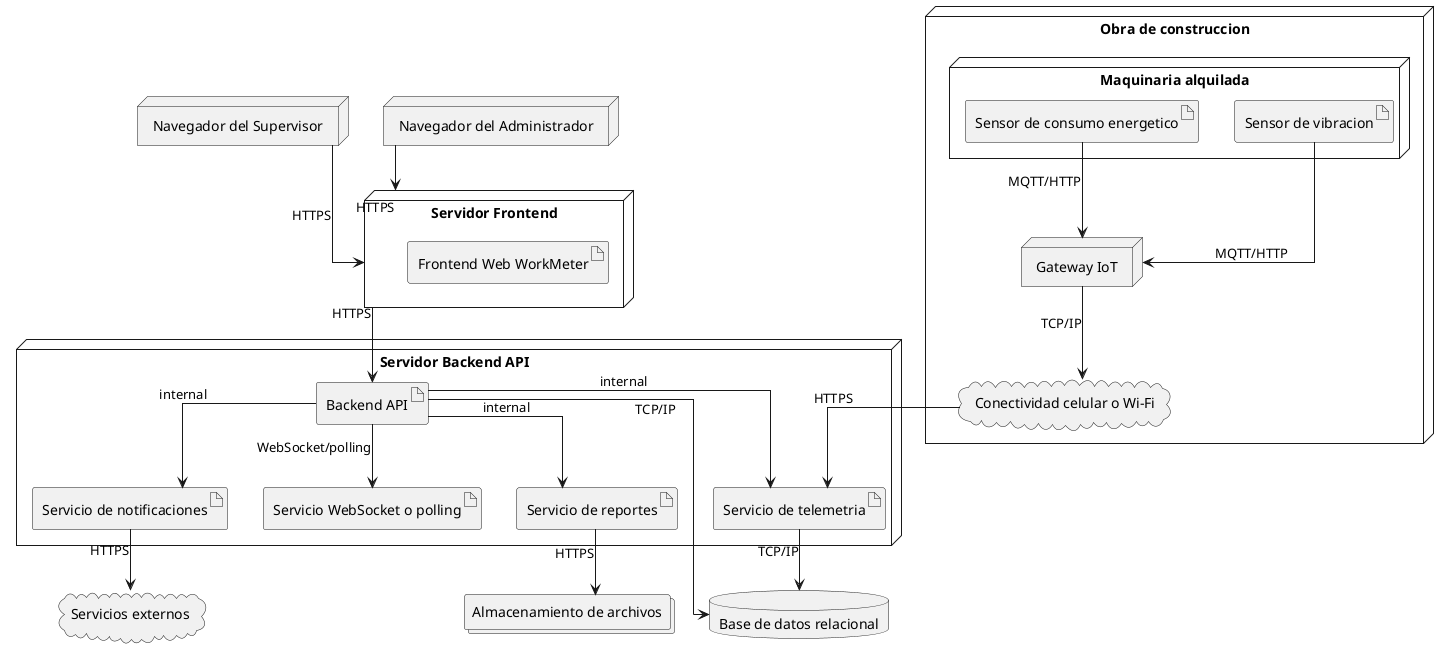
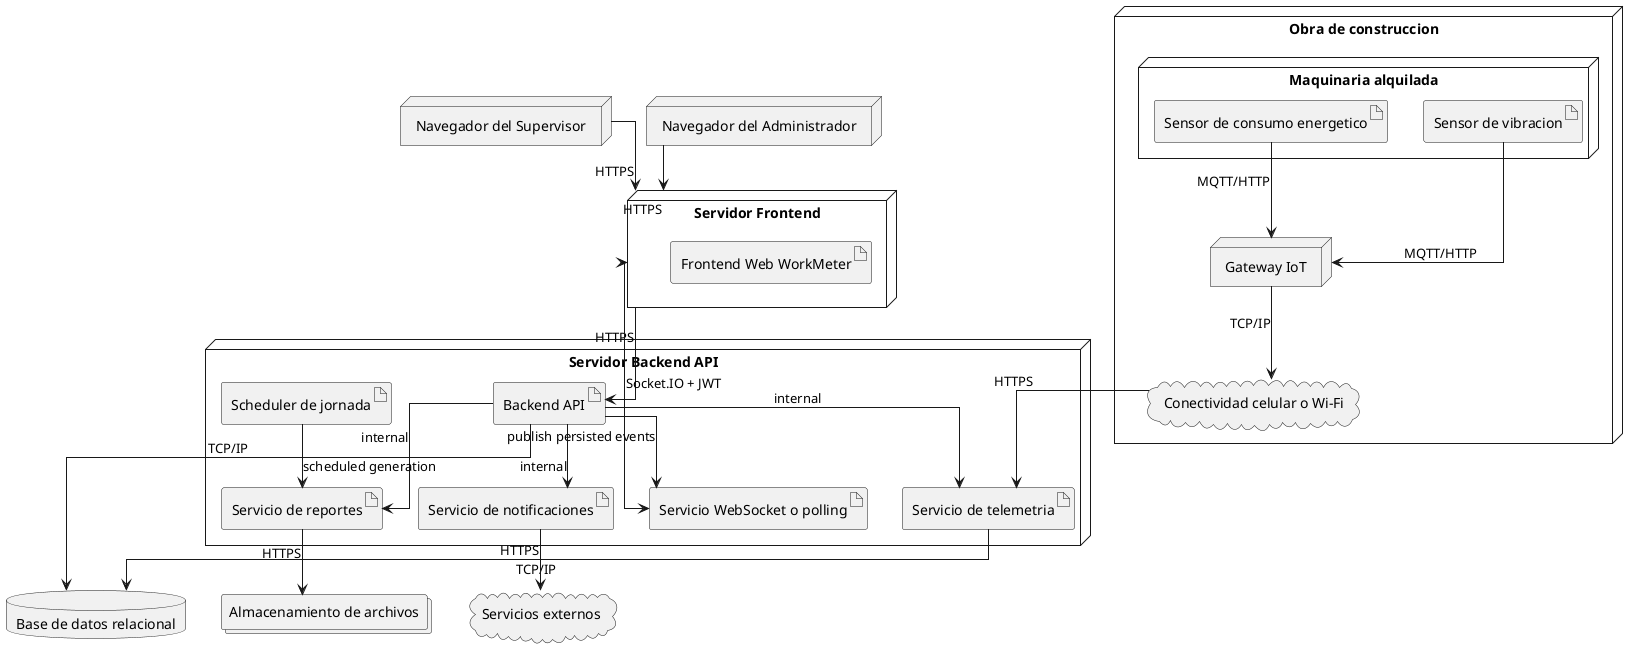
@startuml "Deployment: WorkMeter"
skinparam linetype ortho

node "Obra de construccion" as Site {
  node "Maquinaria alquilada" as Machine {
    artifact "Sensor de vibracion" as VibrationSensor
    artifact "Sensor de consumo energetico" as EnergySensor
  }
  node "Gateway IoT" as Gateway
  cloud "Conectividad celular o Wi-Fi" as Connectivity
}

node "Navegador del Supervisor" as SupervisorBrowser
node "Navegador del Administrador" as AdminBrowser

node "Servidor Frontend" as FrontendServer {
  artifact "Frontend Web WorkMeter" as Frontend
}

node "Servidor Backend API" as BackendServer {
  artifact "Backend API" as API
  artifact "Servicio de telemetria" as TelemetryService
  artifact "Servicio WebSocket o polling" as RealtimeService
  artifact "Servicio de reportes" as ReportsService
+   artifact "Scheduler de jornada" as WorkdayScheduler
  artifact "Servicio de notificaciones" as NotificationService
}

database "Base de datos relacional" as RelationalDB
collections "Almacenamiento de archivos" as FileStorage
cloud "Servicios externos" as ExternalServices

VibrationSensor --> Gateway : MQTT/HTTP
EnergySensor --> Gateway : MQTT/HTTP
Gateway --> Connectivity : TCP/IP
Connectivity --> TelemetryService : HTTPS

SupervisorBrowser --> FrontendServer : HTTPS
AdminBrowser --> FrontendServer : HTTPS
FrontendServer --> API : HTTPS
- API --> RealtimeService : WebSocket/polling
+ FrontendServer <--> RealtimeService : Socket.IO + JWT
+ API --> RealtimeService : publish persisted events
API --> TelemetryService : internal
API --> ReportsService : internal
+ WorkdayScheduler --> ReportsService : scheduled generation
API --> NotificationService : internal
TelemetryService --> RelationalDB : TCP/IP
API --> RelationalDB : TCP/IP
ReportsService --> FileStorage : HTTPS
NotificationService --> ExternalServices : HTTPS
@enduml
